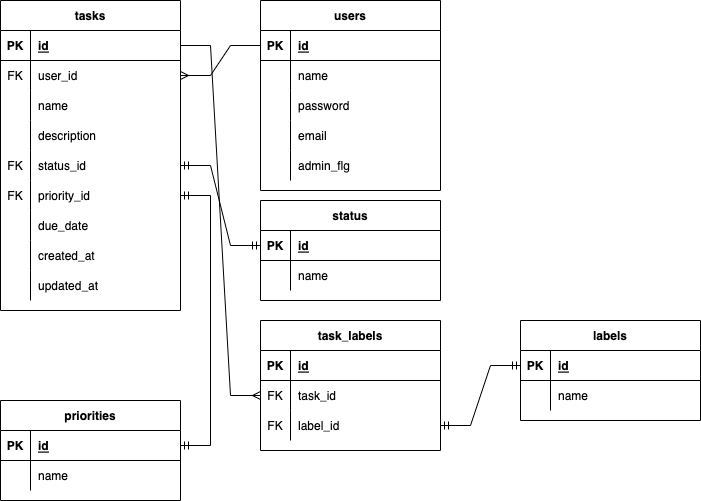
Before: myapp/docs/ER.png, a diagram exported from draw.io (Fablic/training). Source tidied: cells renumbered, new cells last; positions are measured from the earlier drawing's top-left corner, leaving out a move shared by most shapes.
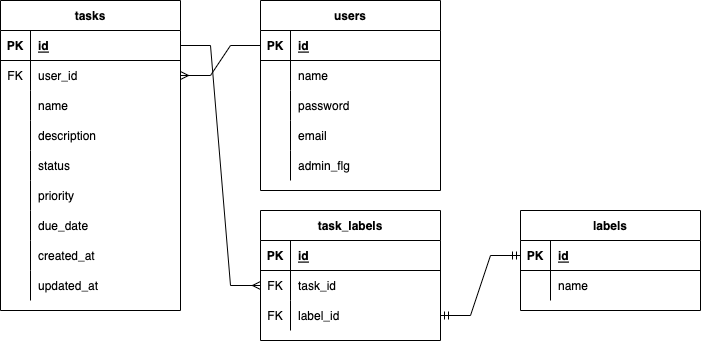
The same diagram one commit later.

What changed in the source:
```diff
@@ -44,19 +44,19 @@
     <mxCell id="15" style="shape=tableRow;horizontal=0;startSize=0;swimlaneHead=0;swimlaneBody=0;fillColor=none;points=[[0,0.5],[1,0.5]];portConstraint=eastwest;top=0;left=0;right=0;bottom=0;" parent="2" vertex="1">
       <mxGeometry y="150" width="180" height="30" as="geometry" />
     </mxCell>
-    <mxCell id="16" value="FK" style="shape=partialRectangle;fillColor=none;top=0;left=0;bottom=0;right=0;overflow=hidden;" parent="15" vertex="1">
+    <mxCell id="16" style="shape=partialRectangle;fillColor=none;top=0;left=0;bottom=0;right=0;overflow=hidden;" parent="15" vertex="1">
       <mxGeometry width="30" height="30" as="geometry" />
     </mxCell>
-    <mxCell id="17" value="status_id" style="shape=partialRectangle;fillColor=none;top=0;left=0;bottom=0;right=0;align=left;spacingLeft=6;overflow=hidden;" parent="15" vertex="1">
+    <mxCell id="17" value="status" style="shape=partialRectangle;fillColor=none;top=0;left=0;bottom=0;right=0;align=left;spacingLeft=6;overflow=hidden;" parent="15" vertex="1">
       <mxGeometry x="30" width="150" height="30" as="geometry" />
     </mxCell>
     <mxCell id="18" style="shape=tableRow;horizontal=0;startSize=0;swimlaneHead=0;swimlaneBody=0;fillColor=none;points=[[0,0.5],[1,0.5]];portConstraint=eastwest;top=0;left=0;right=0;bottom=0;" parent="2" vertex="1">
       <mxGeometry y="180" width="180" height="30" as="geometry" />
     </mxCell>
-    <mxCell id="19" value="FK" style="shape=partialRectangle;fillColor=none;top=0;left=0;bottom=0;right=0;overflow=hidden;" parent="18" vertex="1">
+    <mxCell id="19" style="shape=partialRectangle;fillColor=none;top=0;left=0;bottom=0;right=0;overflow=hidden;" parent="18" vertex="1">
       <mxGeometry width="30" height="30" as="geometry" />
     </mxCell>
-    <mxCell id="20" value="priority_id" style="shape=partialRectangle;fillColor=none;top=0;left=0;bottom=0;right=0;align=left;spacingLeft=6;overflow=hidden;" parent="18" vertex="1">
+    <mxCell id="20" value="priority" style="shape=partialRectangle;fillColor=none;top=0;left=0;bottom=0;right=0;align=left;spacingLeft=6;overflow=hidden;" parent="18" vertex="1">
       <mxGeometry x="30" width="150" height="30" as="geometry" />
     </mxCell>
     <mxCell id="21" style="shape=tableRow;horizontal=0;startSize=0;swimlaneHead=0;swimlaneBody=0;fillColor=none;top=0;left=0;right=0;bottom=0;" parent="2" vertex="1">
@@ -134,29 +134,8 @@
     <mxCell id="45" value="admin_flg" style="shape=partialRectangle;fillColor=none;top=0;left=0;bottom=0;right=0;align=left;spacingLeft=6;overflow=hidden;" parent="43" vertex="1">
       <mxGeometry x="30" width="150" height="30" as="geometry" />
     </mxCell>
-    <mxCell id="46" value="status" style="shape=table;startSize=30;rowLines=0;fontStyle=1;align=center;" parent="1" vertex="1">
-      <mxGeometry x="260" y="200" width="180" height="100" as="geometry" />
-    </mxCell>
-    <mxCell id="47" style="shape=tableRow;horizontal=0;startSize=0;swimlaneHead=0;swimlaneBody=0;fillColor=none;points=[[0,0.5],[1,0.5]];portConstraint=eastwest;top=0;left=0;right=0;bottom=1;" parent="46" vertex="1">
-      <mxGeometry y="30" width="180" height="30" as="geometry" />
-    </mxCell>
-    <mxCell id="48" value="PK" style="shape=partialRectangle;fillColor=none;top=0;left=0;bottom=0;right=0;fontStyle=1;overflow=hidden;" parent="47" vertex="1">
-      <mxGeometry width="30" height="30" as="geometry" />
-    </mxCell>
-    <mxCell id="49" value="id" style="shape=partialRectangle;fillColor=none;top=0;left=0;bottom=0;right=0;align=left;spacingLeft=6;fontStyle=5;overflow=hidden;" parent="47" vertex="1">
-      <mxGeometry x="30" width="150" height="30" as="geometry" />
-    </mxCell>
-    <mxCell id="50" style="shape=tableRow;horizontal=0;startSize=0;swimlaneHead=0;swimlaneBody=0;fillColor=none;top=0;left=0;right=0;bottom=0;" parent="46" vertex="1">
-      <mxGeometry y="60" width="180" height="30" as="geometry" />
-    </mxCell>
-    <mxCell id="51" style="shape=partialRectangle;fillColor=none;top=0;left=0;bottom=0;right=0;overflow=hidden;" parent="50" vertex="1">
-      <mxGeometry width="30" height="30" as="geometry" />
-    </mxCell>
-    <mxCell id="52" value="name" style="shape=partialRectangle;fillColor=none;top=0;left=0;bottom=0;right=0;align=left;spacingLeft=6;overflow=hidden;" parent="50" vertex="1">
-      <mxGeometry x="30" width="150" height="30" as="geometry" />
-    </mxCell>
     <mxCell id="53" value="task_labels" style="shape=table;startSize=30;rowLines=0;fontStyle=1;align=center;" parent="1" vertex="1">
-      <mxGeometry x="260" y="320" width="180" height="130" as="geometry" />
+      <mxGeometry x="260" y="210" width="180" height="130" as="geometry" />
     </mxCell>
     <mxCell id="54" style="shape=tableRow;horizontal=0;startSize=0;swimlaneHead=0;swimlaneBody=0;fillColor=none;points=[[0,0.5],[1,0.5]];portConstraint=eastwest;top=0;left=0;right=0;bottom=1;" parent="53" vertex="1">
       <mxGeometry y="30" width="180" height="30" as="geometry" />
@@ -185,29 +164,8 @@
     <mxCell id="62" value="label_id" style="shape=partialRectangle;fillColor=none;top=0;left=0;bottom=0;right=0;align=left;spacingLeft=6;overflow=hidden;" parent="60" vertex="1">
       <mxGeometry x="30" width="150" height="30" as="geometry" />
     </mxCell>
-    <mxCell id="63" value="priorities" style="shape=table;startSize=30;rowLines=0;fontStyle=1;align=center;" parent="1" vertex="1">
-      <mxGeometry y="400" width="180" height="100" as="geometry" />
-    </mxCell>
-    <mxCell id="64" style="shape=tableRow;horizontal=0;startSize=0;swimlaneHead=0;swimlaneBody=0;fillColor=none;points=[[0,0.5],[1,0.5]];portConstraint=eastwest;top=0;left=0;right=0;bottom=1;" parent="63" vertex="1">
-      <mxGeometry y="30" width="180" height="30" as="geometry" />
-    </mxCell>
-    <mxCell id="65" value="PK" style="shape=partialRectangle;fillColor=none;top=0;left=0;bottom=0;right=0;fontStyle=1;overflow=hidden;" parent="64" vertex="1">
-      <mxGeometry width="30" height="30" as="geometry" />
-    </mxCell>
-    <mxCell id="66" value="id" style="shape=partialRectangle;fillColor=none;top=0;left=0;bottom=0;right=0;align=left;spacingLeft=6;fontStyle=5;overflow=hidden;" parent="64" vertex="1">
-      <mxGeometry x="30" width="150" height="30" as="geometry" />
-    </mxCell>
-    <mxCell id="67" style="shape=tableRow;horizontal=0;startSize=0;swimlaneHead=0;swimlaneBody=0;fillColor=none;top=0;left=0;right=0;bottom=0;" parent="63" vertex="1">
-      <mxGeometry y="60" width="180" height="30" as="geometry" />
-    </mxCell>
-    <mxCell id="68" style="shape=partialRectangle;fillColor=none;top=0;left=0;bottom=0;right=0;overflow=hidden;" parent="67" vertex="1">
-      <mxGeometry width="30" height="30" as="geometry" />
-    </mxCell>
-    <mxCell id="69" value="name" style="shape=partialRectangle;fillColor=none;top=0;left=0;bottom=0;right=0;align=left;spacingLeft=6;overflow=hidden;" parent="67" vertex="1">
-      <mxGeometry x="30" width="150" height="30" as="geometry" />
-    </mxCell>
     <mxCell id="70" value="labels" style="shape=table;startSize=30;rowLines=0;fontStyle=1;align=center;" parent="1" vertex="1">
-      <mxGeometry x="520" y="320" width="180" height="100" as="geometry" />
+      <mxGeometry x="520" y="210" width="180" height="100" as="geometry" />
     </mxCell>
     <mxCell id="71" style="shape=tableRow;horizontal=0;startSize=0;swimlaneHead=0;swimlaneBody=0;fillColor=none;points=[[0,0.5],[1,0.5]];portConstraint=eastwest;top=0;left=0;right=0;bottom=1;" parent="70" vertex="1">
       <mxGeometry y="30" width="180" height="30" as="geometry" />
@@ -227,12 +185,6 @@
     <mxCell id="76" value="name" style="shape=partialRectangle;fillColor=none;top=0;left=0;bottom=0;right=0;align=left;spacingLeft=6;overflow=hidden;" parent="74" vertex="1">
       <mxGeometry x="30" width="150" height="30" as="geometry" />
     </mxCell>
-    <mxCell id="77" style="edgeStyle=entityRelationEdgeStyle;fontSize=12;html=1;endArrow=ERmandOne;startArrow=ERmandOne;rounded=0;entryX=1;entryY=0.5;entryDx=0;entryDy=0;exitX=1;exitY=0.5;exitDx=0;exitDy=0;" parent="1" edge="1" source="64" target="18">
-      <mxGeometry relative="1" as="geometry" />
-    </mxCell>
-    <mxCell id="78" style="edgeStyle=entityRelationEdgeStyle;fontSize=12;html=1;endArrow=ERmandOne;startArrow=ERmandOne;rounded=0;entryX=1;entryY=0.5;entryDx=0;entryDy=0;exitX=0;exitY=0.5;exitDx=0;exitDy=0;" parent="1" edge="1" source="47" target="15">
-      <mxGeometry relative="1" as="geometry" />
-    </mxCell>
     <mxCell id="79" style="edgeStyle=entityRelationEdgeStyle;fontSize=12;html=1;endArrow=ERmany;rounded=0;exitX=1;exitY=0.5;exitDx=0;exitDy=0;entryX=0;entryY=0.5;entryDx=0;entryDy=0;" parent="1" edge="1" source="x" target="54">
       <mxGeometry relative="1" as="geometry" />
     </mxCell>
```
